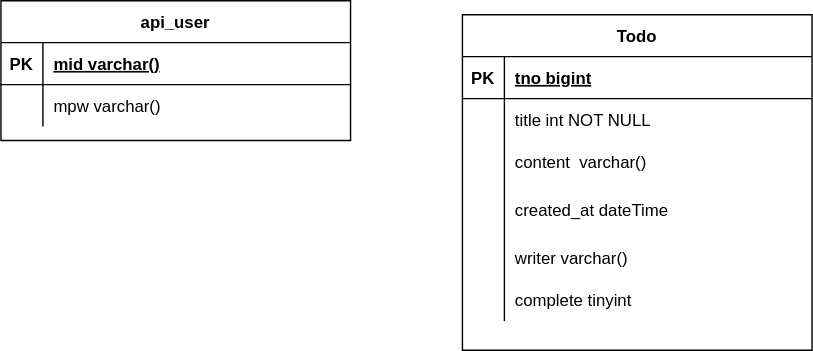
This is document/todo-erd.drawio.svg from jh10253267/sparta-todo, a draw.io export, as it was before one commit. Source tidied: cells renumbered, new cells last; positions are measured from the earlier drawing's top-left corner, leaving out a move shared by most shapes.
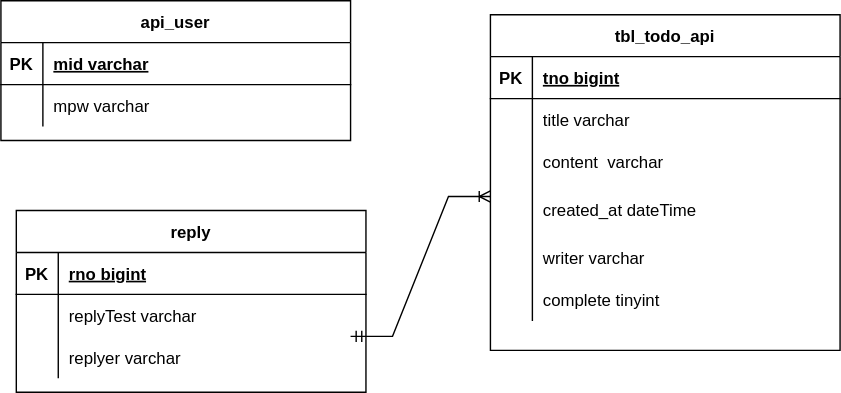
After the commit.

What changed in the source:
```diff
@@ -11,7 +11,7 @@
     <mxCell id="4" value="PK" style="shape=partialRectangle;overflow=hidden;fillColor=none;top=0;left=0;bottom=0;right=0;fontStyle=1;" parent="3" vertex="1">
       <mxGeometry width="30" height="30" as="geometry" />
     </mxCell>
-    <mxCell id="5" value="mid varchar()" style="shape=partialRectangle;overflow=hidden;fillColor=none;top=0;left=0;bottom=0;right=0;align=left;spacingLeft=6;fontStyle=5;" parent="3" vertex="1">
+    <mxCell id="5" value="mid varchar" style="shape=partialRectangle;overflow=hidden;fillColor=none;top=0;left=0;bottom=0;right=0;align=left;spacingLeft=6;fontStyle=5;" parent="3" vertex="1">
       <mxGeometry x="30" width="220" height="30" as="geometry" />
     </mxCell>
     <mxCell id="6" style="shape=partialRectangle;fillColor=none;top=0;left=0;right=0;bottom=0;" parent="2" vertex="1">
@@ -20,11 +20,41 @@
     <mxCell id="7" style="shape=partialRectangle;overflow=hidden;fillColor=none;top=0;left=0;bottom=0;right=0;" parent="6" vertex="1">
       <mxGeometry width="30" height="30" as="geometry" />
     </mxCell>
-    <mxCell id="8" value="mpw varchar()" style="shape=partialRectangle;overflow=hidden;fillColor=none;top=0;left=0;bottom=0;right=0;align=left;spacingLeft=6;" parent="6" vertex="1">
+    <mxCell id="8" value="mpw varchar" style="shape=partialRectangle;overflow=hidden;fillColor=none;top=0;left=0;bottom=0;right=0;align=left;spacingLeft=6;" parent="6" vertex="1">
       <mxGeometry x="30" width="220" height="30" as="geometry" />
     </mxCell>
+    <mxCell id="28" value="reply" style="shape=table;startSize=30;rowLines=0;fontStyle=1;align=center;" parent="1" vertex="1">
+      <mxGeometry x="11" y="150" width="250" height="130" as="geometry" />
+    </mxCell>
+    <mxCell id="29" style="shape=partialRectangle;fillColor=none;top=0;left=0;right=0;bottom=1;" parent="28" vertex="1">
+      <mxGeometry y="30" width="250" height="30" as="geometry" />
+    </mxCell>
+    <mxCell id="30" value="PK" style="shape=partialRectangle;overflow=hidden;fillColor=none;top=0;left=0;bottom=0;right=0;fontStyle=1;" parent="29" vertex="1">
+      <mxGeometry width="30" height="30" as="geometry" />
+    </mxCell>
+    <mxCell id="31" value="rno bigint" style="shape=partialRectangle;overflow=hidden;fillColor=none;top=0;left=0;bottom=0;right=0;align=left;spacingLeft=6;fontStyle=5;" parent="29" vertex="1">
+      <mxGeometry x="30" width="220" height="30" as="geometry" />
+    </mxCell>
+    <mxCell id="32" style="shape=partialRectangle;fillColor=none;top=0;left=0;right=0;bottom=0;" parent="28" vertex="1">
+      <mxGeometry y="60" width="250" height="30" as="geometry" />
+    </mxCell>
+    <mxCell id="33" style="shape=partialRectangle;overflow=hidden;fillColor=none;top=0;left=0;bottom=0;right=0;" parent="32" vertex="1">
+      <mxGeometry width="30" height="30" as="geometry" />
+    </mxCell>
+    <mxCell id="34" value="replyTest varchar" style="shape=partialRectangle;overflow=hidden;fillColor=none;top=0;left=0;bottom=0;right=0;align=left;spacingLeft=6;" parent="32" vertex="1">
+      <mxGeometry x="30" width="220" height="30" as="geometry" />
+    </mxCell>
+    <mxCell id="35" style="shape=partialRectangle;fillColor=none;top=0;left=0;right=0;bottom=0;" parent="28" vertex="1">
+      <mxGeometry y="90" width="250" height="30" as="geometry" />
+    </mxCell>
+    <mxCell id="36" style="shape=partialRectangle;overflow=hidden;fillColor=none;top=0;left=0;bottom=0;right=0;" parent="35" vertex="1">
+      <mxGeometry width="30" height="30" as="geometry" />
+    </mxCell>
+    <mxCell id="37" value="replyer varchar" style="shape=partialRectangle;overflow=hidden;fillColor=none;top=0;left=0;bottom=0;right=0;align=left;spacingLeft=6;" parent="35" vertex="1">
+      <mxGeometry x="30" width="220" height="30" as="geometry" />
+    </mxCell>
-    <mxCell id="9" value="Todo" style="shape=table;startSize=30;rowLines=0;fontStyle=1;align=center;" parent="1" vertex="1">
-      <mxGeometry x="330" y="10" width="250" height="240" as="geometry" />
+    <mxCell id="9" value="tbl_todo_api" style="shape=table;startSize=30;rowLines=0;fontStyle=1;align=center;" parent="1" vertex="1">
+      <mxGeometry x="350" y="10" width="250" height="240" as="geometry" />
     </mxCell>
     <mxCell id="10" style="shape=partialRectangle;fillColor=none;top=0;left=0;right=0;bottom=1;" parent="9" vertex="1">
       <mxGeometry y="30" width="250" height="30" as="geometry" />
@@ -41,7 +71,7 @@
     <mxCell id="14" style="shape=partialRectangle;overflow=hidden;fillColor=none;top=0;left=0;bottom=0;right=0;" parent="13" vertex="1">
       <mxGeometry width="30" height="30" as="geometry" />
     </mxCell>
-    <mxCell id="15" value="title int NOT NULL" style="shape=partialRectangle;overflow=hidden;fillColor=none;top=0;left=0;bottom=0;right=0;align=left;spacingLeft=6;" parent="13" vertex="1">
+    <mxCell id="15" value="title varchar" style="shape=partialRectangle;overflow=hidden;fillColor=none;top=0;left=0;bottom=0;right=0;align=left;spacingLeft=6;" parent="13" vertex="1">
       <mxGeometry x="30" width="220" height="30" as="geometry" />
     </mxCell>
     <mxCell id="16" style="shape=partialRectangle;fillColor=none;top=0;left=0;right=0;bottom=0;" parent="9" vertex="1">
@@ -50,7 +80,7 @@
     <mxCell id="17" style="shape=partialRectangle;overflow=hidden;fillColor=none;top=0;left=0;bottom=0;right=0;" parent="16" vertex="1">
       <mxGeometry width="30" height="30" as="geometry" />
     </mxCell>
-    <mxCell id="18" value="content  varchar()" style="shape=partialRectangle;overflow=hidden;fillColor=none;top=0;left=0;bottom=0;right=0;align=left;spacingLeft=6;" parent="16" vertex="1">
+    <mxCell id="18" value="content  varchar" style="shape=partialRectangle;overflow=hidden;fillColor=none;top=0;left=0;bottom=0;right=0;align=left;spacingLeft=6;" parent="16" vertex="1">
       <mxGeometry x="30" width="220" height="30" as="geometry" />
     </mxCell>
     <mxCell id="19" style="shape=partialRectangle;fillColor=none;top=0;left=0;right=0;bottom=0;" parent="9" vertex="1">
@@ -68,7 +98,7 @@
     <mxCell id="23" style="shape=partialRectangle;overflow=hidden;fillColor=none;top=0;left=0;bottom=0;right=0;" parent="22" vertex="1">
       <mxGeometry width="30" height="30" as="geometry" />
     </mxCell>
-    <mxCell id="24" value="writer varchar()" style="shape=partialRectangle;overflow=hidden;fillColor=none;top=0;left=0;bottom=0;right=0;align=left;spacingLeft=6;" parent="22" vertex="1">
+    <mxCell id="24" value="writer varchar" style="shape=partialRectangle;overflow=hidden;fillColor=none;top=0;left=0;bottom=0;right=0;align=left;spacingLeft=6;" parent="22" vertex="1">
       <mxGeometry x="30" width="220" height="30" as="geometry" />
     </mxCell>
     <mxCell id="25" style="shape=partialRectangle;fillColor=none;top=0;left=0;right=0;bottom=0;" parent="9" vertex="1">
@@ -80,5 +110,11 @@
     <mxCell id="27" value="complete tinyint" style="shape=partialRectangle;overflow=hidden;fillColor=none;top=0;left=0;bottom=0;right=0;align=left;spacingLeft=6;" parent="25" vertex="1">
       <mxGeometry x="30" width="220" height="30" as="geometry" />
     </mxCell>
+    <mxCell id="38" style="edgeStyle=entityRelationEdgeStyle;fontSize=12;html=1;endArrow=ERoneToMany;startArrow=ERmandOne;rounded=0;" parent="1" edge="1">
+      <mxGeometry relative="1" as="geometry">
+        <mxPoint x="250" y="240" as="sourcePoint" />
+        <mxPoint x="350" y="140" as="targetPoint" />
+      </mxGeometry>
+    </mxCell>
   </root>
 </mxGraphModel>
```
